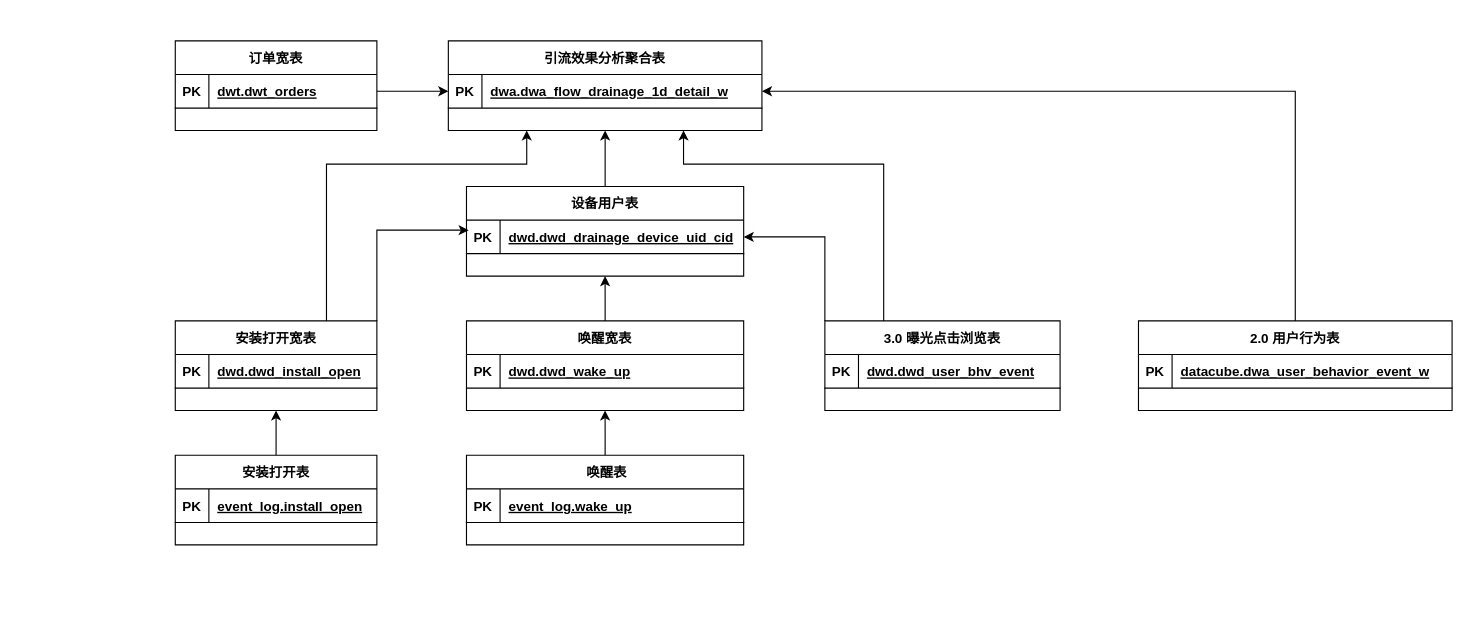
Earlier version of the draw.io diagram m端引流需求.drawio (chuangehh/architecture_diagram). Source tidied: cells renumbered, new cells numbered last; positions are measured from the earlier drawing's top-left corner, leaving out a move shared by most shapes. Both pictures are drawn from the tidied source at 112%, with x=0, y=0 at pixel (175, 40).
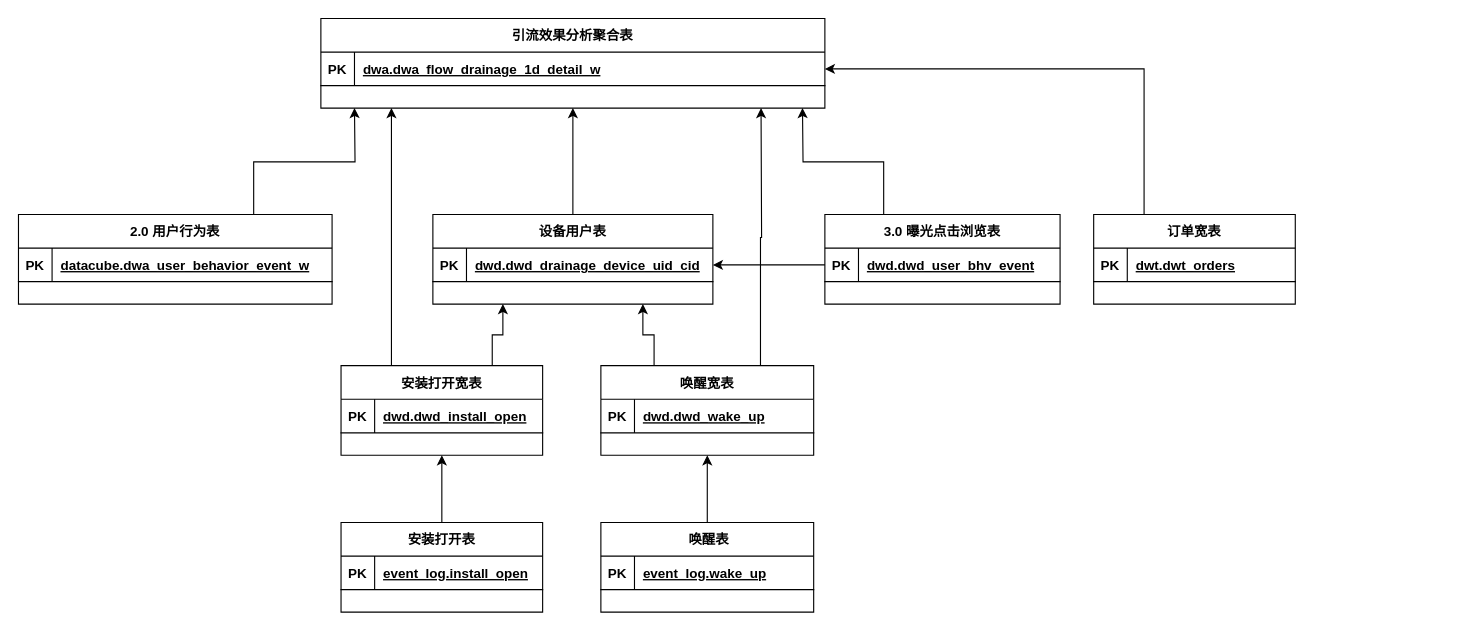
The same diagram, later.

Commit message:
更新m端引流需求.drawio

The change refers to these unchanged cells:
```xml
<mxCell id="39" style="shape=tableRow;horizontal=0;startSize=0;swimlaneHead=0;swimlaneBody=0;fillColor=none;points=[[0,0.5],[1,0.5]];portConstraint=eastwest;top=0;left=0;right=0;bottom=1;" parent="38" vertex="1">
  <mxGeometry y="30" width="180" height="30" as="geometry" />
</mxCell>
```

Diff of the diagram source:
```diff
@@
     <mxCell id="3" value="安装打开表" style="shape=table;startSize=30;childLayout=tableLayout;rowLines=0;fontStyle=1;align=center;" parent="1" vertex="1">
-      <mxGeometry y="370" width="180" height="80" as="geometry" />
+      <mxGeometry x="148" y="430" width="180" height="80" as="geometry" />
     </mxCell>
@@
     <mxCell id="8" value=" 唤醒表" style="shape=table;startSize=30;childLayout=tableLayout;rowLines=0;fontStyle=1;align=center;" parent="1" vertex="1">
-      <mxGeometry x="260" y="370" width="247.5" height="80" as="geometry" />
+      <mxGeometry x="380" y="430" width="190" height="80" as="geometry" />
     </mxCell>
     <mxCell id="9" style="shape=tableRow;horizontal=0;startSize=0;swimlaneHead=0;swimlaneBody=0;fillColor=none;points=[[0,0.5],[1,0.5]];portConstraint=eastwest;top=0;left=0;right=0;bottom=1;" parent="8" vertex="1">
-      <mxGeometry y="30" width="247.5" height="30" as="geometry" />
+      <mxGeometry y="30" width="190" height="30" as="geometry" />
     </mxCell>
@@
     <mxCell id="11" value="event_log.wake_up" style="shape=partialRectangle;fillColor=none;top=0;left=0;bottom=0;right=0;align=left;spacingLeft=6;fontStyle=5;overflow=hidden;" parent="9" vertex="1">
-      <mxGeometry x="30" width="217.5" height="30" as="geometry" />
+      <mxGeometry x="30" width="160" height="30" as="geometry" />
     </mxCell>
-    <mxCell id="12" style="edgeStyle=orthogonalEdgeStyle;rounded=0;jettySize=auto;html=1;exitX=1;exitY=0;exitDx=0;exitDy=0;entryX=0.008;entryY=0.3;entryDx=0;entryDy=0;entryPerimeter=0;" parent="1" edge="1" source="14" target="31">
-      <mxGeometry relative="1" as="geometry" />
-    </mxCell>
-    <mxCell id="13" style="edgeStyle=orthogonalEdgeStyle;rounded=0;jettySize=auto;html=1;exitX=0.75;exitY=0;exitDx=0;exitDy=0;entryX=0.25;entryY=1;entryDx=0;entryDy=0;" parent="1" edge="1" source="14" target="34">
-      <mxGeometry relative="1" as="geometry">
-        <Array as="points">
-          <mxPoint x="135" y="110" />
-          <mxPoint x="314" y="110" />
-        </Array>
-      </mxGeometry>
-    </mxCell>
+    <mxCell id="48" style="edgeStyle=orthogonalEdgeStyle;rounded=0;orthogonalLoop=1;jettySize=auto;html=1;exitX=1;exitY=0.5;exitDx=0;exitDy=0;" parent="8" edge="1" source="9" target="9">
+      <mxGeometry relative="1" as="geometry" />
+    </mxCell>
+    <mxCell id="49" style="edgeStyle=orthogonalEdgeStyle;rounded=0;jettySize=auto;html=1;exitX=0.25;exitY=0;exitDx=0;exitDy=0;" parent="1" edge="1" source="14">
+      <mxGeometry relative="1" as="geometry">
+        <mxPoint x="193" y="60" as="targetPoint" />
+      </mxGeometry>
+    </mxCell>
+    <mxCell id="50" style="edgeStyle=orthogonalEdgeStyle;rounded=0;jettySize=auto;html=1;exitX=0.75;exitY=0;exitDx=0;exitDy=0;entryX=0.25;entryY=1;entryDx=0;entryDy=0;" parent="1" edge="1" source="14" target="30">
+      <mxGeometry relative="1" as="geometry" />
+    </mxCell>
     <mxCell id="14" value="安装打开宽表" style="shape=table;startSize=30;childLayout=tableLayout;rowLines=0;fontStyle=1;align=center;" parent="1" vertex="1">
-      <mxGeometry y="250" width="180" height="80" as="geometry" />
+      <mxGeometry x="148" y="290" width="180" height="80" as="geometry" />
     </mxCell>
@@
-    <mxCell id="18" style="edgeStyle=orthogonalEdgeStyle;rounded=0;jettySize=auto;html=1;entryX=0.5;entryY=1;entryDx=0;entryDy=0;" parent="1" edge="1" source="19" target="30">
+    <mxCell id="18" style="edgeStyle=orthogonalEdgeStyle;rounded=0;jettySize=auto;html=1;exitX=0.25;exitY=0;exitDx=0;exitDy=0;entryX=0.75;entryY=1;entryDx=0;entryDy=0;" parent="1" edge="1" source="19" target="30">
       <mxGeometry relative="1" as="geometry" />
     </mxCell>
+    <mxCell id="51" style="edgeStyle=orthogonalEdgeStyle;rounded=0;jettySize=auto;html=1;exitX=0.75;exitY=0;exitDx=0;exitDy=0;" parent="1" edge="1" source="19">
+      <mxGeometry relative="1" as="geometry">
+        <mxPoint x="523" y="60" as="targetPoint" />
+      </mxGeometry>
+    </mxCell>
     <mxCell id="19" value="唤醒宽表" style="shape=table;startSize=30;childLayout=tableLayout;rowLines=0;fontStyle=1;align=center;" parent="1" vertex="1">
-      <mxGeometry x="260" y="250" width="247.5" height="80" as="geometry" />
+      <mxGeometry x="380" y="290" width="190" height="80" as="geometry" />
     </mxCell>
     <mxCell id="20" style="shape=tableRow;horizontal=0;startSize=0;swimlaneHead=0;swimlaneBody=0;fillColor=none;top=0;left=0;right=0;bottom=1;" parent="19" vertex="1">
-      <mxGeometry y="30" width="247.5" height="30" as="geometry" />
+      <mxGeometry y="30" width="190" height="30" as="geometry" />
     </mxCell>
@@
     <mxCell id="22" value="dwd.dwd_wake_up" style="shape=partialRectangle;fillColor=none;top=0;left=0;bottom=0;right=0;align=left;spacingLeft=6;fontStyle=5;overflow=hidden;" parent="20" vertex="1">
-      <mxGeometry x="30" width="217.5" height="30" as="geometry" />
+      <mxGeometry x="30" width="160" height="30" as="geometry" />
     </mxCell>
-    <mxCell id="23" style="edgeStyle=orthogonalEdgeStyle;rounded=0;jettySize=auto;html=1;exitX=0;exitY=0;exitDx=0;exitDy=0;entryX=1;entryY=0.5;entryDx=0;entryDy=0;" parent="1" edge="1" source="25" target="31">
-      <mxGeometry relative="1" as="geometry" />
-    </mxCell>
-    <mxCell id="24" style="edgeStyle=orthogonalEdgeStyle;rounded=0;jettySize=auto;html=1;exitX=0.25;exitY=0;exitDx=0;exitDy=0;entryX=0.75;entryY=1;entryDx=0;entryDy=0;" parent="1" edge="1" source="25" target="34">
-      <mxGeometry relative="1" as="geometry">
-        <Array as="points">
-          <mxPoint x="633" y="110" />
-          <mxPoint x="454" y="110" />
-        </Array>
-      </mxGeometry>
-    </mxCell>
-    <mxCell id="25" value="3.0 曝光点击浏览表" style="shape=table;startSize=30;childLayout=tableLayout;rowLines=0;fontStyle=1;align=center;" parent="1" vertex="1">
-      <mxGeometry x="580" y="250" width="210" height="80" as="geometry" />
-    </mxCell>
-    <mxCell id="26" style="shape=tableRow;horizontal=0;startSize=0;swimlaneHead=0;swimlaneBody=0;fillColor=none;points=[[0,0.5],[1,0.5]];portConstraint=eastwest;top=0;left=0;right=0;bottom=1;" parent="25" vertex="1">
-      <mxGeometry y="30" width="210" height="30" as="geometry" />
-    </mxCell>
-    <mxCell id="27" value="PK" style="shape=partialRectangle;fillColor=none;top=0;left=0;bottom=0;right=0;fontStyle=1;overflow=hidden;" parent="26" vertex="1">
-      <mxGeometry width="30" height="30" as="geometry" />
-    </mxCell>
-    <mxCell id="28" value="dwd.dwd_user_bhv_event" style="shape=partialRectangle;fillColor=none;top=0;left=0;bottom=0;right=0;align=left;spacingLeft=6;fontStyle=5;overflow=hidden;" parent="26" vertex="1">
-      <mxGeometry x="30" width="180" height="30" as="geometry" />
-    </mxCell>
-    <mxCell id="29" style="edgeStyle=orthogonalEdgeStyle;rounded=0;jettySize=auto;html=1;" parent="1" edge="1" source="30">
-      <mxGeometry relative="1" as="geometry">
-        <mxPoint x="383.8" y="80" as="targetPoint" />
-      </mxGeometry>
-    </mxCell>
+    <mxCell id="52" style="edgeStyle=orthogonalEdgeStyle;rounded=0;jettySize=auto;html=1;" parent="1" edge="1" source="30">
+      <mxGeometry relative="1" as="geometry">
+        <mxPoint x="355" y="60" as="targetPoint" />
+      </mxGeometry>
+    </mxCell>
     <mxCell id="30" value="设备用户表" style="shape=table;startSize=30;childLayout=tableLayout;rowLines=0;fontStyle=1;align=center;" parent="1" vertex="1">
-      <mxGeometry x="260" y="130" width="247.5" height="80" as="geometry" />
+      <mxGeometry x="230" y="155" width="250" height="80" as="geometry" />
     </mxCell>
     <mxCell id="31" style="shape=tableRow;horizontal=0;startSize=0;swimlaneHead=0;swimlaneBody=0;fillColor=none;points=[[0,0.5],[1,0.5]];portConstraint=eastwest;top=0;left=0;right=0;bottom=1;" parent="30" vertex="1">
-      <mxGeometry y="30" width="247.5" height="30" as="geometry" />
+      <mxGeometry y="30" width="250" height="30" as="geometry" />
     </mxCell>
@@
     <mxCell id="33" value="dwd.dwd_drainage_device_uid_cid" style="shape=partialRectangle;fillColor=none;top=0;left=0;bottom=0;right=0;align=left;spacingLeft=6;fontStyle=5;overflow=hidden;" parent="31" vertex="1">
-      <mxGeometry x="30" width="217.5" height="30" as="geometry" />
+      <mxGeometry x="30" width="220" height="30" as="geometry" />
     </mxCell>
     <mxCell id="34" value="引流效果分析聚合表" style="shape=table;startSize=30;childLayout=tableLayout;rowLines=0;fontStyle=1;align=center;" parent="1" vertex="1">
-      <mxGeometry x="243.8" width="280" height="80" as="geometry" />
+      <mxGeometry x="130" y="-20" width="450" height="80" as="geometry" />
     </mxCell>
     <mxCell id="35" style="shape=tableRow;horizontal=0;startSize=0;swimlaneHead=0;swimlaneBody=0;fillColor=none;points=[[0,0.5],[1,0.5]];portConstraint=eastwest;top=0;left=0;right=0;bottom=1;" parent="34" vertex="1">
-      <mxGeometry y="30" width="280" height="30" as="geometry" />
+      <mxGeometry y="30" width="450" height="30" as="geometry" />
     </mxCell>
@@
     <mxCell id="37" value="dwa.dwa_flow_drainage_1d_detail_w" style="shape=partialRectangle;fillColor=none;top=0;left=0;bottom=0;right=0;align=left;spacingLeft=6;fontStyle=5;overflow=hidden;" parent="35" vertex="1">
-      <mxGeometry x="30" width="250" height="30" as="geometry" />
+      <mxGeometry x="30" width="420" height="30" as="geometry" />
     </mxCell>
+    <mxCell id="53" style="edgeStyle=orthogonalEdgeStyle;rounded=0;jettySize=auto;html=1;exitX=0.25;exitY=0;exitDx=0;exitDy=0;entryX=1;entryY=0.5;entryDx=0;entryDy=0;" parent="1" edge="1" source="38" target="35">
+      <mxGeometry relative="1" as="geometry" />
+    </mxCell>
     <mxCell id="38" value="订单宽表" style="shape=table;startSize=30;childLayout=tableLayout;rowLines=0;fontStyle=1;align=center;" parent="1" vertex="1">
-      <mxGeometry width="180" height="80" as="geometry" />
+      <mxGeometry x="820" y="155" width="180" height="80" as="geometry" />
     </mxCell>
@@
-    <mxCell id="42" style="edgeStyle=orthogonalEdgeStyle;rounded=0;jettySize=auto;html=1;" parent="1" edge="1" source="39" target="35">
-      <mxGeometry relative="1" as="geometry" />
-    </mxCell>
-    <mxCell id="43" style="edgeStyle=orthogonalEdgeStyle;rounded=0;jettySize=auto;html=1;entryX=1;entryY=0.5;entryDx=0;entryDy=0;" parent="1" edge="1" source="44" target="35">
-      <mxGeometry relative="1" as="geometry" />
-    </mxCell>
+    <mxCell id="54" style="edgeStyle=orthogonalEdgeStyle;rounded=0;jettySize=auto;html=1;exitX=0.75;exitY=0;exitDx=0;exitDy=0;" parent="1" edge="1" source="44">
+      <mxGeometry relative="1" as="geometry">
+        <mxPoint x="160" y="60" as="targetPoint" />
+      </mxGeometry>
+    </mxCell>
     <mxCell id="44" value="2.0 用户行为表" style="shape=table;startSize=30;childLayout=tableLayout;rowLines=0;fontStyle=1;align=center;" parent="1" vertex="1">
-      <mxGeometry x="860" y="250" width="280" height="80" as="geometry" />
+      <mxGeometry x="-140" y="155" width="280" height="80" as="geometry" />
     </mxCell>
@@
+    <mxCell id="55" style="edgeStyle=orthogonalEdgeStyle;rounded=0;jettySize=auto;html=1;exitX=0.25;exitY=0;exitDx=0;exitDy=0;" parent="1" edge="1" source="25">
+      <mxGeometry relative="1" as="geometry">
+        <mxPoint x="560" y="60" as="targetPoint" />
+      </mxGeometry>
+    </mxCell>
+    <mxCell id="25" value="3.0 曝光点击浏览表" style="shape=table;startSize=30;childLayout=tableLayout;rowLines=0;fontStyle=1;align=center;" parent="1" vertex="1">
+      <mxGeometry x="580" y="155" width="210" height="80" as="geometry" />
+    </mxCell>
+    <mxCell id="26" style="shape=tableRow;horizontal=0;startSize=0;swimlaneHead=0;swimlaneBody=0;fillColor=none;points=[[0,0.5],[1,0.5]];portConstraint=eastwest;top=0;left=0;right=0;bottom=1;" parent="25" vertex="1">
+      <mxGeometry y="30" width="210" height="30" as="geometry" />
+    </mxCell>
+    <mxCell id="27" value="PK" style="shape=partialRectangle;fillColor=none;top=0;left=0;bottom=0;right=0;fontStyle=1;overflow=hidden;" parent="26" vertex="1">
+      <mxGeometry width="30" height="30" as="geometry" />
+    </mxCell>
+    <mxCell id="28" value="dwd.dwd_user_bhv_event" style="shape=partialRectangle;fillColor=none;top=0;left=0;bottom=0;right=0;align=left;spacingLeft=6;fontStyle=5;overflow=hidden;" parent="26" vertex="1">
+      <mxGeometry x="30" width="180" height="30" as="geometry" />
+    </mxCell>
+    <mxCell id="56" style="edgeStyle=orthogonalEdgeStyle;rounded=0;jettySize=auto;html=1;entryX=1;entryY=0.5;entryDx=0;entryDy=0;" parent="1" edge="1" source="26" target="31">
+      <mxGeometry relative="1" as="geometry" />
+    </mxCell>
```
